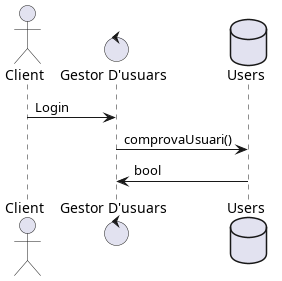
Paub2002/ES23UAB-432-03 keeps this PlantUML diagram as Diagrames/Diagramesdesequncia/LoginUsuari.png. Above is the earlier version. Source of this version:
```plantuml
@startuml
actor Client as c
control "Gestor D'usuars" as g
database Users as u

c -> g : Login
g-> u : comprovaUsuari()
u -> g : bool



@enduml
```
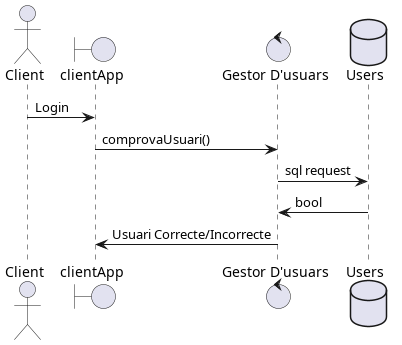
The same diagram one commit later.

Diff of the diagram source:
```diff
@@ -1,11 +1,14 @@
 @startuml
 actor Client as c
+boundary clientApp as a
 control "Gestor D'usuars" as g
 database Users as u
 
-c -> g : Login
-g-> u : comprovaUsuari()
+c -> a : Login
+a -> g : comprovaUsuari()
+g-> u  : sql request
 u -> g : bool
+g -> a : Usuari Correcte/Incorrecte
 
 
 
```
